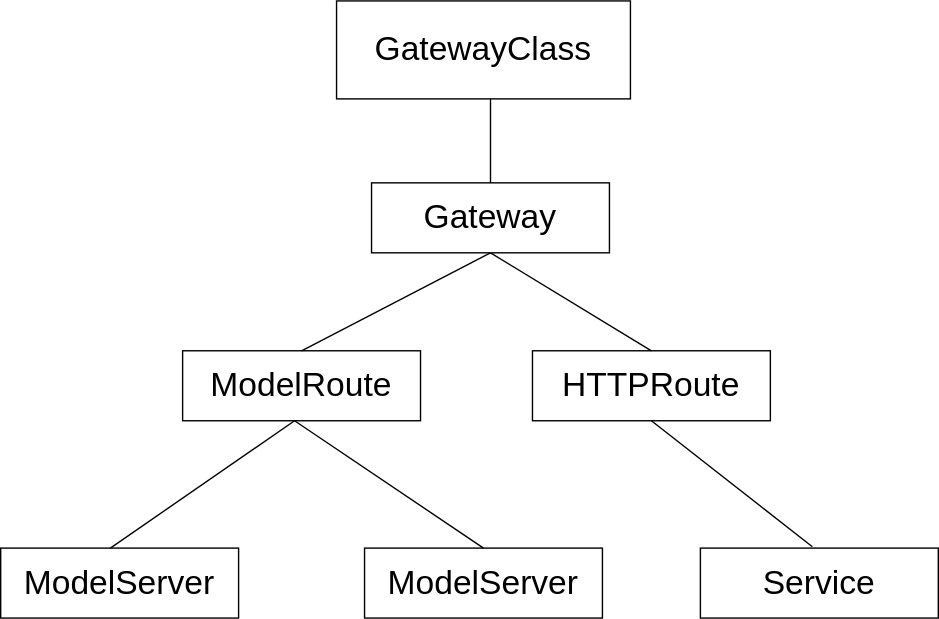
Above: docs/kthena/docs/assets/diagrams/gateway-api-arch.svg in volcano-sh/kthena (draw.io), before the change. Source tidied: cells renumbered, new cells last; positions are measured from the earlier drawing's top-left corner, leaving out a move shared by most shapes.
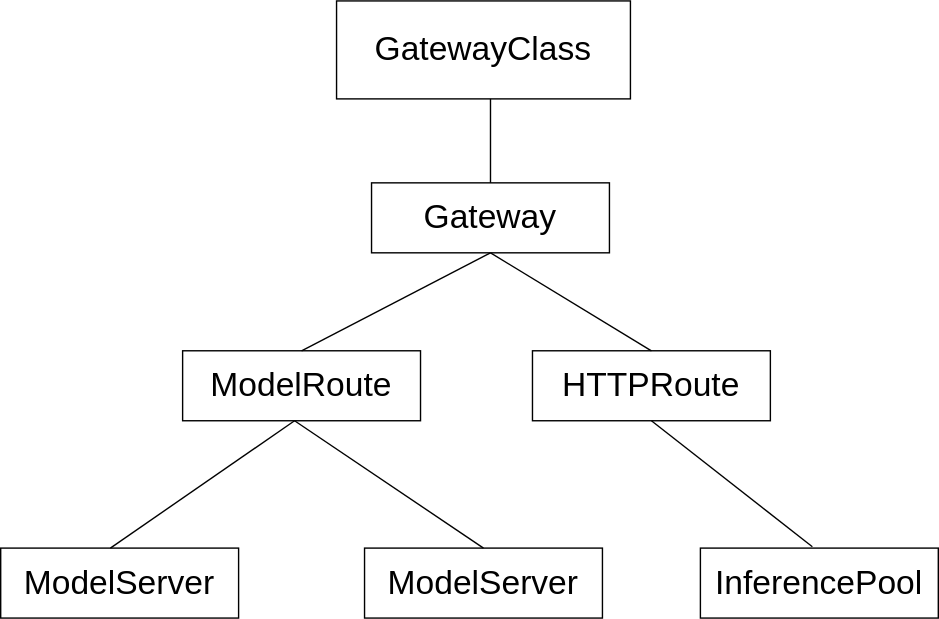
The same file after the commit.

Diff of the diagram source:
```diff
@@ -11,7 +11,7 @@
     <mxCell id="4" value="&lt;span style=&quot;font-size: 24px;&quot;&gt;HTTPRoute&lt;/span&gt;" style="rounded=0;whiteSpace=wrap;html=1;" parent="1" vertex="1">
       <mxGeometry x="380" y="250" width="170" height="50" as="geometry" />
     </mxCell>
-    <mxCell id="5" value="&lt;font style=&quot;font-size: 24px;&quot;&gt;Service&lt;/font&gt;" style="rounded=0;whiteSpace=wrap;html=1;" parent="1" vertex="1">
+    <mxCell id="5" value="&lt;span style=&quot;font-size: 24px;&quot;&gt;InferencePool&lt;/span&gt;" style="rounded=0;whiteSpace=wrap;html=1;" parent="1" vertex="1">
       <mxGeometry x="500" y="391" width="170" height="50" as="geometry" />
     </mxCell>
     <mxCell id="6" value="&lt;span style=&quot;font-size: 24px;&quot;&gt;ModelRoute&lt;/span&gt;" style="rounded=0;whiteSpace=wrap;html=1;" parent="1" vertex="1">
```
